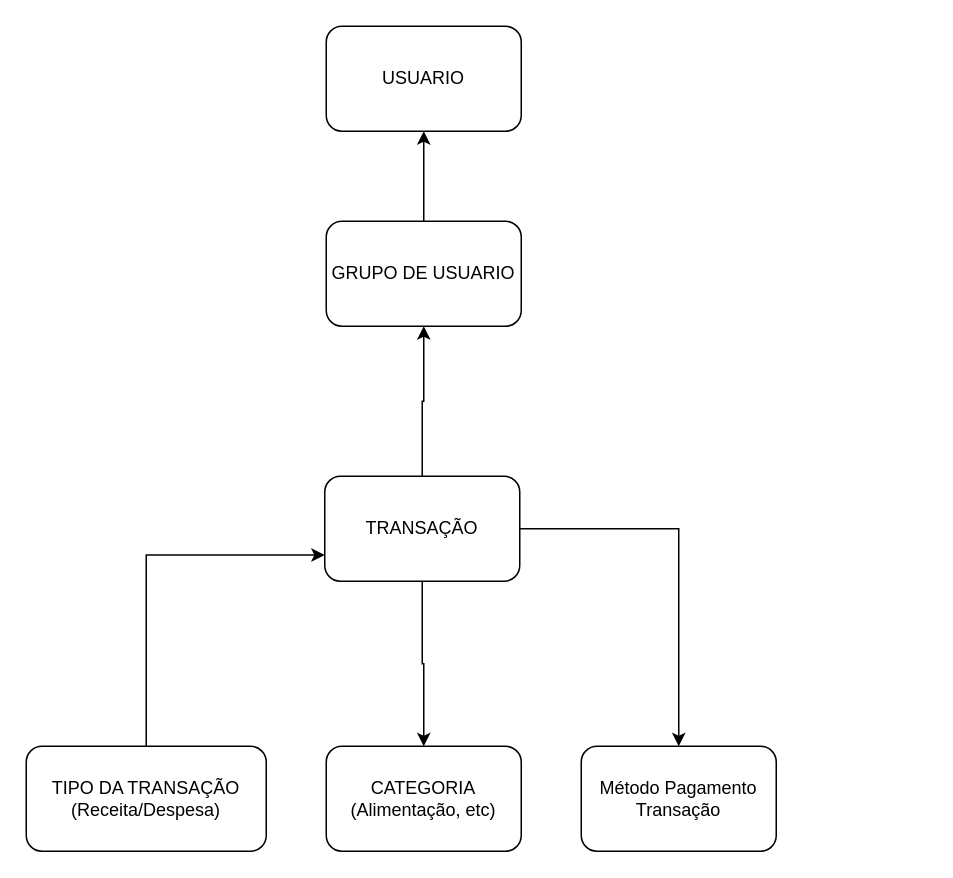
The draw.io diagram page "Alto Nível" (1 of 3) of doc/MER CONTROLE FINANCEIRO.drawio in HandryoCasali/controle-financeiro, before the edit. Source tidied: cells renumbered, new cells numbered last; positions are measured from the earlier drawing's top-left corner, leaving out a move shared by most shapes. Both pictures are drawn from the tidied source at 150%, with x=0, y=0 at pixel (26, 26).
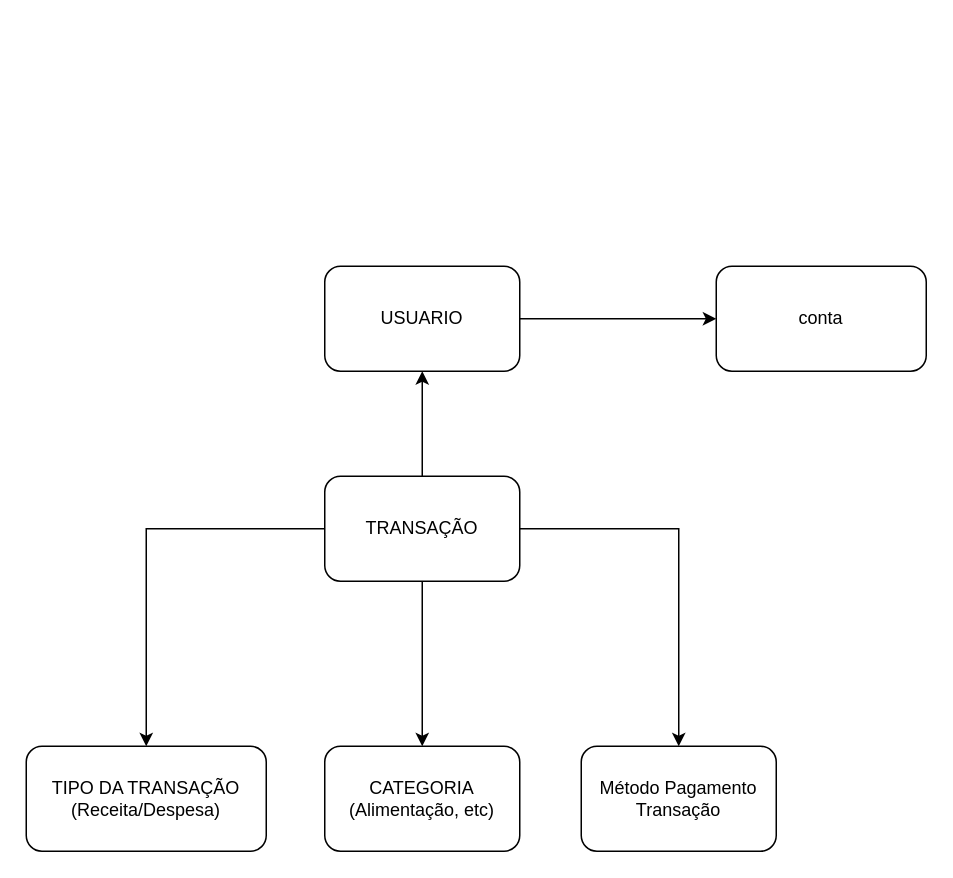
The same page after the edit.

Diff of the diagram source:
```diff
@@
 <mxGraphModel>
   <root>
     <mxCell id="0" />
     <mxCell id="1" parent="0" />
     <mxCell id="2" value="CATEGORIA&lt;br&gt;(Alimentação, etc)" style="rounded=1;whiteSpace=wrap;html=1;" parent="1" vertex="1">
-      <mxGeometry x="200" y="480" width="130" height="70" as="geometry" />
+      <mxGeometry x="199" y="480" width="130" height="70" as="geometry" />
     </mxCell>
-    <mxCell id="3" style="edgeStyle=orthogonalEdgeStyle;rounded=0;jettySize=auto;html=1;" parent="1" edge="1" source="4" target="11">
-      <mxGeometry relative="1" as="geometry" />
-    </mxCell>
-    <mxCell id="4" value="GRUPO DE USUARIO" style="rounded=1;whiteSpace=wrap;html=1;" parent="1" vertex="1">
-      <mxGeometry x="200" y="130" width="130" height="70" as="geometry" />
-    </mxCell>
-    <mxCell id="5" style="edgeStyle=orthogonalEdgeStyle;rounded=0;jettySize=auto;html=1;exitX=0.5;exitY=0;exitDx=0;exitDy=0;entryX=0;entryY=0.75;entryDx=0;entryDy=0;" parent="1" edge="1" source="6" target="10">
-      <mxGeometry relative="1" as="geometry" />
-    </mxCell>
     <mxCell id="6" value="TIPO DA TRANSAÇÃO&lt;br&gt;(Receita/Despesa)" style="rounded=1;whiteSpace=wrap;html=1;" parent="1" vertex="1">
       <mxGeometry y="480" width="160" height="70" as="geometry" />
     </mxCell>
-    <mxCell id="7" style="edgeStyle=orthogonalEdgeStyle;rounded=0;jettySize=auto;html=1;" parent="1" edge="1" source="10" target="4">
+    <mxCell id="7" style="edgeStyle=orthogonalEdgeStyle;rounded=0;jettySize=auto;html=1;entryX=0.5;entryY=1;entryDx=0;entryDy=0;" parent="1" edge="1" source="10" target="11">
       <mxGeometry relative="1" as="geometry" />
     </mxCell>
     <mxCell id="8" style="edgeStyle=orthogonalEdgeStyle;rounded=0;jettySize=auto;html=1;" parent="1" edge="1" source="10" target="12">
       <mxGeometry relative="1" as="geometry" />
     </mxCell>
     <mxCell id="9" style="edgeStyle=orthogonalEdgeStyle;rounded=0;jettySize=auto;html=1;exitX=0.5;exitY=1;exitDx=0;exitDy=0;" parent="1" edge="1" source="10" target="2">
       <mxGeometry relative="1" as="geometry" />
     </mxCell>
+    <mxCell id="13" style="edgeStyle=orthogonalEdgeStyle;rounded=0;jettySize=auto;html=1;exitX=0;exitY=0.5;exitDx=0;exitDy=0;entryX=0.5;entryY=0;entryDx=0;entryDy=0;" parent="1" edge="1" source="10" target="6">
+      <mxGeometry relative="1" as="geometry" />
+    </mxCell>
     <mxCell id="10" value="TRANSAÇÃO" style="rounded=1;whiteSpace=wrap;html=1;" parent="1" vertex="1">
       <mxGeometry x="199" y="300" width="130" height="70" as="geometry" />
     </mxCell>
+    <mxCell id="14" style="edgeStyle=orthogonalEdgeStyle;rounded=0;jettySize=auto;html=1;" parent="1" edge="1" source="11" target="15">
+      <mxGeometry relative="1" as="geometry" />
+    </mxCell>
     <mxCell id="11" value="USUARIO" style="rounded=1;whiteSpace=wrap;html=1;" parent="1" vertex="1">
-      <mxGeometry x="200" width="130" height="70" as="geometry" />
+      <mxGeometry x="199" y="160" width="130" height="70" as="geometry" />
     </mxCell>
     <mxCell id="12" value="Método Pagamento Transação" style="rounded=1;whiteSpace=wrap;html=1;" parent="1" vertex="1">
       <mxGeometry x="370" y="480" width="130" height="70" as="geometry" />
     </mxCell>
+    <mxCell id="15" value="conta" style="rounded=1;whiteSpace=wrap;html=1;" parent="1" vertex="1">
+      <mxGeometry x="460" y="160" width="140" height="70" as="geometry" />
+    </mxCell>
   </root>
 </mxGraphModel>
```
